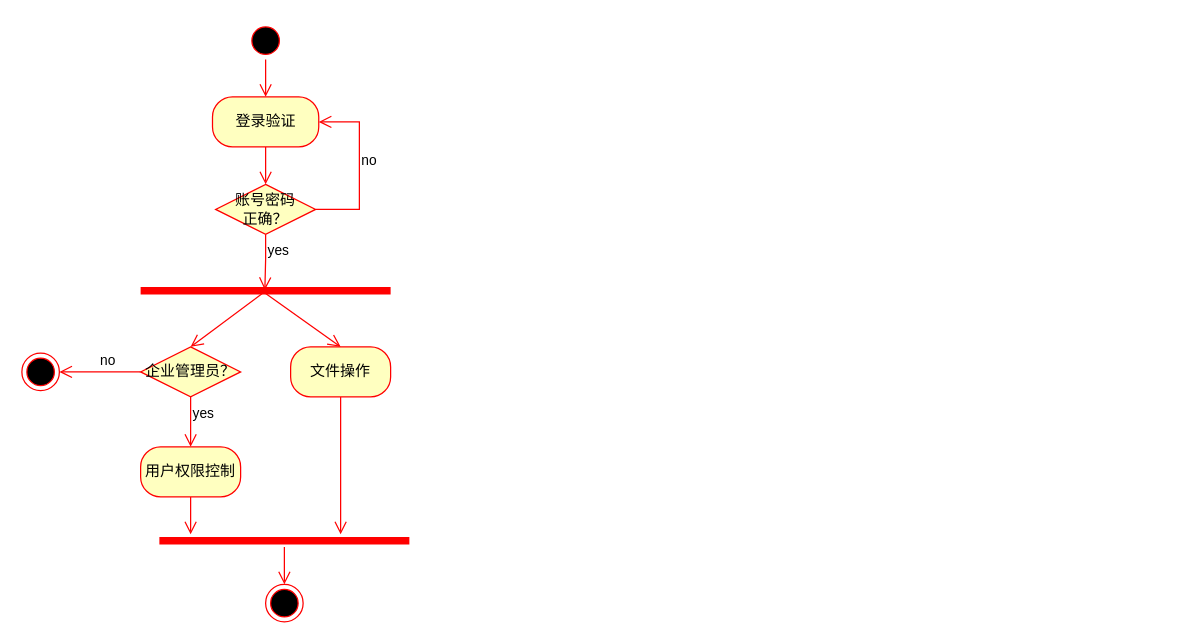
This is 活动图.drawio from ppp-203/ppp-203, a draw.io file, before an edit. Source tidied: cells renumbered, new cells numbered last; positions are measured from the earlier drawing's top-left corner, leaving out a move shared by most shapes. Both pictures are drawn from the tidied source at 125%, with x=0, y=0 at pixel (21, 21).
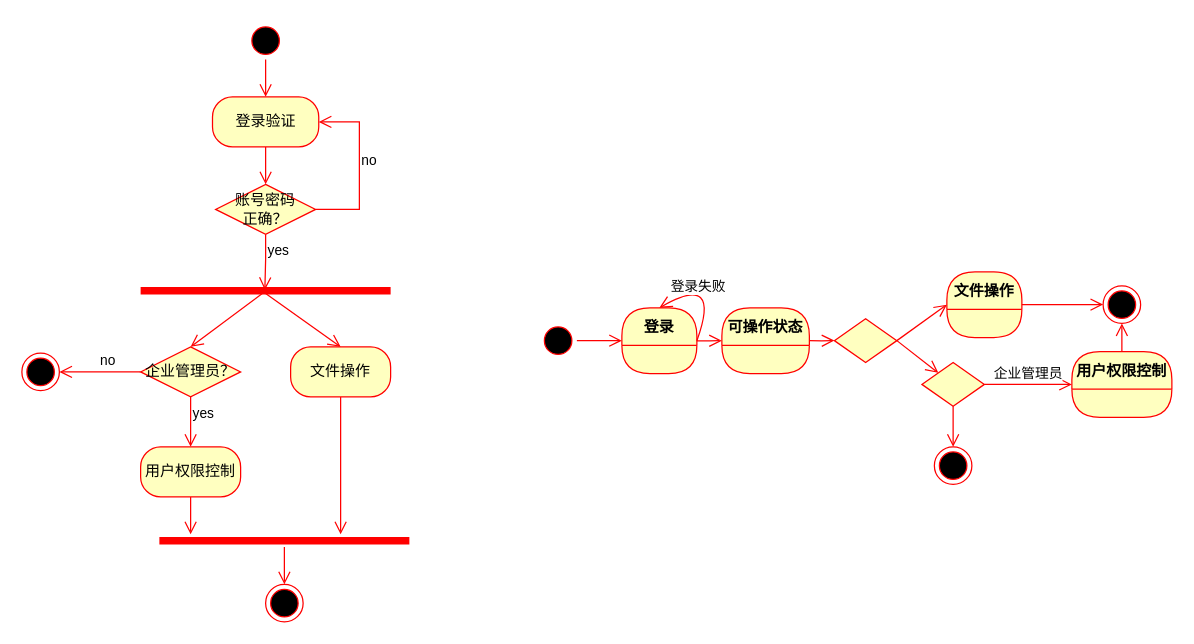
Above is the later version.

Change to the diagram source:
```diff
@@
+    <mxCell id="23" style="ellipse;html=1;shape=startState;fillColor=#000000;strokeColor=#ff0000;" parent="1" vertex="1">
+      <mxGeometry x="414" y="240" width="30" height="30" as="geometry" />
+    </mxCell>
+    <mxCell id="24" style="edgeStyle=orthogonalEdgeStyle;html=1;verticalAlign=bottom;endArrow=open;endSize=8;strokeColor=#ff0000;rounded=0;" parent="1" edge="1" source="23">
+      <mxGeometry relative="1" as="geometry">
+        <mxPoint x="480" y="255" as="targetPoint" />
+      </mxGeometry>
+    </mxCell>
+    <mxCell id="25" value="登录" style="swimlane;fontStyle=1;align=center;verticalAlign=middle;horizontal=1;startSize=30;fontColor=#000000;rounded=1;arcSize=47;strokeColor=#ff0000;fillColor=#ffffc0;swimlaneFillColor=#ffffc0;" parent="1" vertex="1">
+      <mxGeometry x="480" y="228.8" width="60" height="52.5" as="geometry" />
+    </mxCell>
+    <mxCell id="26" style="edgeStyle=orthogonalEdgeStyle;html=1;verticalAlign=bottom;endArrow=open;endSize=8;strokeColor=#ff0000;rounded=0;entryX=0;entryY=0.5;entryDx=0;entryDy=0;" parent="1" edge="1" source="25" target="27">
+      <mxGeometry relative="1" as="geometry" />
+    </mxCell>
+    <mxCell id="27" value="可操作状态" style="swimlane;fontStyle=1;align=center;verticalAlign=middle;horizontal=1;startSize=30;fontColor=#000000;rounded=1;arcSize=47;strokeColor=#ff0000;fillColor=#ffffc0;swimlaneFillColor=#ffffc0;" parent="1" vertex="1">
+      <mxGeometry x="560" y="228.8" width="70" height="52.5" as="geometry" />
+    </mxCell>
+    <mxCell id="28" style="rhombus;whiteSpace=wrap;html=1;fillColor=#ffffc0;strokeColor=#ff0000;" parent="1" vertex="1">
+      <mxGeometry x="650" y="237.5" width="50" height="35" as="geometry" />
+    </mxCell>
+    <mxCell id="29" style="edgeStyle=orthogonalEdgeStyle;html=1;verticalAlign=bottom;endArrow=open;endSize=8;strokeColor=#ff0000;rounded=0;entryX=0;entryY=0.5;entryDx=0;entryDy=0;exitX=1;exitY=0.5;exitDx=0;exitDy=0;" parent="1" edge="1" source="27" target="28">
+      <mxGeometry relative="1" as="geometry" />
+    </mxCell>
+    <mxCell id="30" style="rhombus;whiteSpace=wrap;html=1;fillColor=#ffffc0;strokeColor=#ff0000;" parent="1" vertex="1">
+      <mxGeometry x="720" y="272.5" width="50" height="35" as="geometry" />
+    </mxCell>
+    <mxCell id="31" style="html=1;verticalAlign=bottom;endArrow=open;endSize=8;strokeColor=#ff0000;rounded=0;exitX=1;exitY=0.5;exitDx=0;exitDy=0;" parent="1" edge="1" source="28" target="30">
+      <mxGeometry relative="1" as="geometry" />
+    </mxCell>
+    <mxCell id="32" value="文件操作" style="swimlane;fontStyle=1;align=center;verticalAlign=middle;horizontal=1;startSize=30;fontColor=#000000;rounded=1;arcSize=47;strokeColor=#ff0000;fillColor=#ffffc0;swimlaneFillColor=#ffffc0;" parent="1" vertex="1">
+      <mxGeometry x="740" y="200" width="60" height="52.5" as="geometry" />
+    </mxCell>
+    <mxCell id="33" value="用户权限控制" style="swimlane;fontStyle=1;align=center;verticalAlign=middle;horizontal=1;startSize=30;fontColor=#000000;rounded=1;arcSize=47;strokeColor=#ff0000;fillColor=#ffffc0;swimlaneFillColor=#ffffc0;" parent="1" vertex="1">
+      <mxGeometry x="840" y="263.8" width="80" height="52.5" as="geometry" />
+    </mxCell>
+    <mxCell id="34" value="企业管理员" style="html=1;verticalAlign=bottom;endArrow=open;endSize=8;strokeColor=#ff0000;rounded=0;exitX=1;exitY=0.5;exitDx=0;exitDy=0;entryX=0;entryY=0.5;entryDx=0;entryDy=0;" parent="1" edge="1" source="30" target="33">
+      <mxGeometry relative="1" as="geometry" />
+    </mxCell>
+    <mxCell id="35" style="html=1;verticalAlign=bottom;endArrow=open;endSize=8;strokeColor=#ff0000;rounded=0;exitX=1;exitY=0.5;exitDx=0;exitDy=0;entryX=0;entryY=0.5;entryDx=0;entryDy=0;" parent="1" edge="1" source="28" target="32">
+      <mxGeometry relative="1" as="geometry" />
+    </mxCell>
+    <mxCell id="36" style="ellipse;html=1;shape=endState;fillColor=#000000;strokeColor=#ff0000;" parent="1" vertex="1">
+      <mxGeometry x="730" y="340" width="30" height="30" as="geometry" />
+    </mxCell>
+    <mxCell id="37" style="html=1;verticalAlign=bottom;endArrow=open;endSize=8;strokeColor=#ff0000;rounded=0;exitX=0.5;exitY=1;exitDx=0;exitDy=0;entryX=0.5;entryY=0;entryDx=0;entryDy=0;" parent="1" edge="1" source="30" target="36">
+      <mxGeometry relative="1" as="geometry" />
+    </mxCell>
+    <mxCell id="38" style="ellipse;html=1;shape=endState;fillColor=#000000;strokeColor=#ff0000;" parent="1" vertex="1">
+      <mxGeometry x="865" y="211.2" width="30" height="30" as="geometry" />
+    </mxCell>
+    <mxCell id="39" style="html=1;verticalAlign=bottom;endArrow=open;endSize=8;strokeColor=#ff0000;rounded=0;exitX=1;exitY=0.5;exitDx=0;exitDy=0;entryX=0;entryY=0.5;entryDx=0;entryDy=0;" parent="1" edge="1" source="32" target="38">
+      <mxGeometry relative="1" as="geometry" />
+    </mxCell>
+    <mxCell id="40" style="html=1;verticalAlign=bottom;endArrow=open;endSize=8;strokeColor=#ff0000;rounded=0;exitX=0.5;exitY=0;exitDx=0;exitDy=0;entryX=0.5;entryY=1;entryDx=0;entryDy=0;" parent="1" edge="1" source="33" target="38">
+      <mxGeometry relative="1" as="geometry" />
+    </mxCell>
+    <mxCell id="41" style="html=1;verticalAlign=bottom;endArrow=open;endSize=8;strokeColor=#ff0000;rounded=0;exitX=1;exitY=0.5;exitDx=0;exitDy=0;entryX=0.5;entryY=0;entryDx=0;entryDy=0;edgeStyle=orthogonalEdgeStyle;curved=1;" parent="1" edge="1" source="25" target="25">
+      <mxGeometry relative="1" as="geometry">
+        <Array as="points">
+          <mxPoint x="560" y="200" />
+        </Array>
+      </mxGeometry>
+    </mxCell>
+    <mxCell id="42" value="登录失败" style="edgeLabel;html=1;align=center;verticalAlign=middle;" parent="41" vertex="1">
+      <mxGeometry x="0.53" relative="1" as="geometry">
+        <mxPoint x="7" y="-4" as="offset" />
+      </mxGeometry>
+    </mxCell>
```
